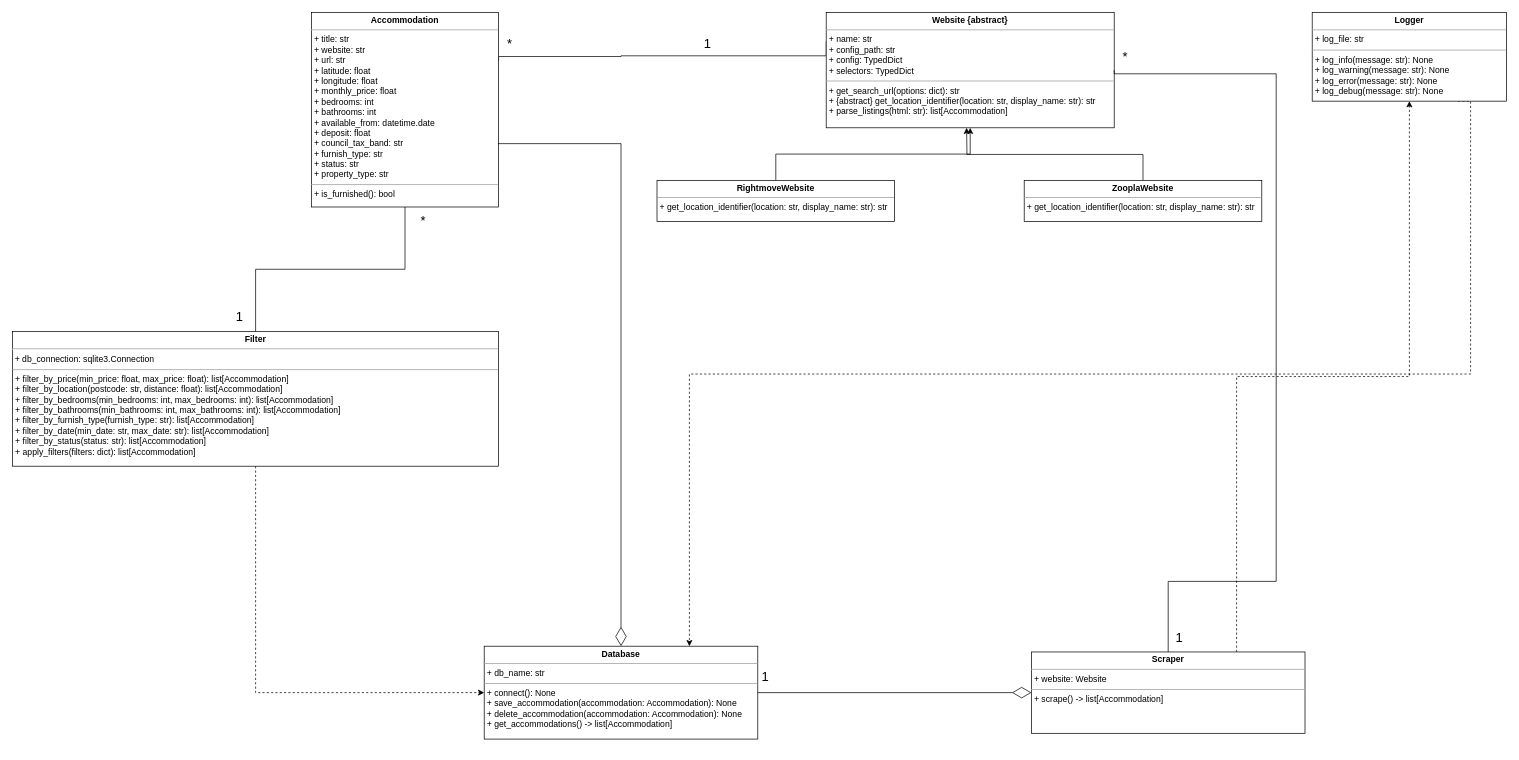
Before: UML Diagram.drawio in Adam-Calleja/rightmove_web_scraper, a draw.io diagram. Source tidied: cells renumbered, new cells numbered last; positions are measured from the earlier drawing's top-left corner, leaving out a move shared by most shapes. Both pictures are drawn from the tidied source at 72%, with x=0, y=0 at pixel (12, 12).
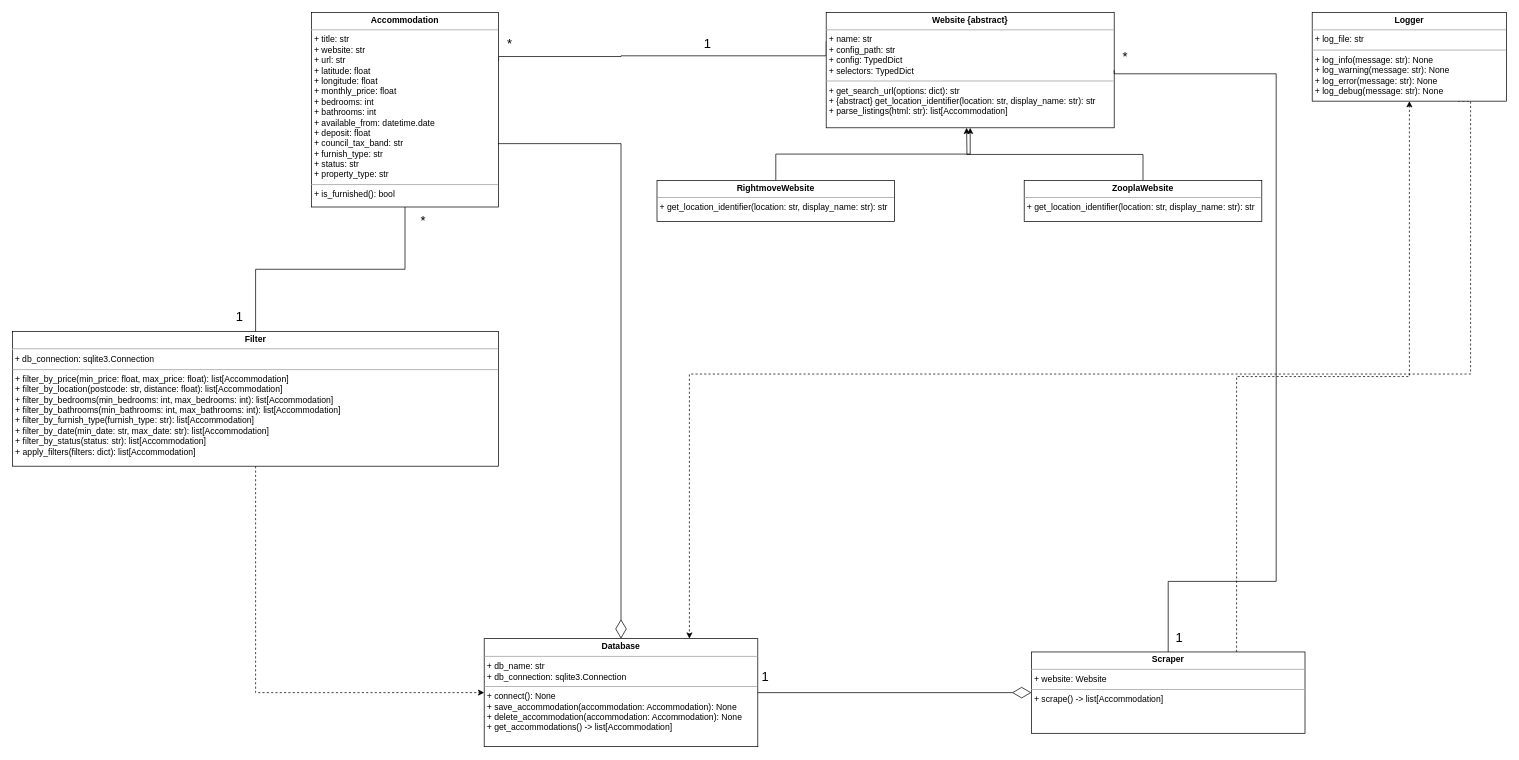
The same diagram, later.

Commit message:
Modify design of the Database class

Added the db_connection attribute to the design of the Database
class. This attribute will store the database connection.

What changed in the source:
```diff
@@
-    <mxCell id="10" value="&lt;p style=&quot;margin:0px;margin-top:4px;text-align:center;&quot;&gt;&lt;b&gt;Database&lt;/b&gt;&lt;/p&gt;&lt;hr size=&quot;1&quot;&gt;&lt;p style=&quot;margin:0px;margin-left:4px;&quot;&gt;+&amp;nbsp;&lt;span style=&quot;caret-color: rgb(0, 0, 0); text-wrap-mode: wrap; background-color: transparent; color: light-dark(rgb(0, 0, 0), rgb(255, 255, 255));&quot;&gt;db_name: str&lt;/span&gt;&lt;br&gt;&lt;/p&gt;&lt;hr size=&quot;1&quot;&gt;&lt;p style=&quot;margin:0px;margin-left:4px;&quot;&gt;+&amp;nbsp;&lt;span style=&quot;caret-color: rgb(0, 0, 0); text-wrap-mode: wrap; background-color: transparent; color: light-dark(rgb(0, 0, 0), rgb(255, 255, 255));&quot;&gt;connect(): None&lt;/span&gt;&lt;/p&gt;&lt;p style=&quot;margin:0px;margin-left:4px;&quot;&gt;+&amp;nbsp;&lt;span style=&quot;caret-color: rgb(0, 0, 0); text-wrap-mode: wrap; background-color: transparent; color: light-dark(rgb(0, 0, 0), rgb(255, 255, 255));&quot;&gt;save_accommodation(accommodation: Accommodation): None&lt;/span&gt;&lt;/p&gt;&lt;p style=&quot;margin:0px;margin-left:4px;&quot;&gt;&lt;span style=&quot;caret-color: rgb(0, 0, 0); text-wrap-mode: wrap; background-color: transparent; color: light-dark(rgb(0, 0, 0), rgb(255, 255, 255));&quot;&gt;+ delete&lt;/span&gt;&lt;span style=&quot;caret-color: rgb(0, 0, 0); text-wrap-mode: wrap; background-color: transparent; color: light-dark(rgb(0, 0, 0), rgb(255, 255, 255));&quot;&gt;_accommodation(accommodation: Accommodation): None&lt;/span&gt;&lt;/p&gt;&lt;p style=&quot;margin:0px;margin-left:4px;&quot;&gt;+&amp;nbsp;&lt;span style=&quot;caret-color: rgb(0, 0, 0); text-wrap-mode: wrap; background-color: transparent; color: light-dark(rgb(0, 0, 0), rgb(255, 255, 255));&quot;&gt;get_accommodations() -&amp;gt; list[Accommodation]&lt;/span&gt;&lt;/p&gt;&lt;p style=&quot;margin:0px;margin-left:4px;&quot;&gt;&lt;br&gt;&lt;/p&gt;" style="verticalAlign=top;align=left;overflow=fill;fontSize=12;fontFamily=Helvetica;html=1;rounded=0;shadow=0;comic=0;labelBackgroundColor=none;strokeWidth=1;" parent="1" vertex="1">
-      <mxGeometry x="655" y="880" width="380" height="129" as="geometry" />
+    <mxCell id="10" value="&lt;p style=&quot;margin:0px;margin-top:4px;text-align:center;&quot;&gt;&lt;b&gt;Database&lt;/b&gt;&lt;/p&gt;&lt;hr size=&quot;1&quot;&gt;&lt;p style=&quot;margin:0px;margin-left:4px;&quot;&gt;+&amp;nbsp;&lt;span style=&quot;caret-color: rgb(0, 0, 0); text-wrap-mode: wrap; background-color: transparent; color: light-dark(rgb(0, 0, 0), rgb(255, 255, 255));&quot;&gt;db_name: str&lt;/span&gt;&lt;br&gt;&lt;/p&gt;&lt;p style=&quot;margin:0px;margin-left:4px;&quot;&gt;&lt;span style=&quot;caret-color: rgb(0, 0, 0); text-wrap-mode: wrap; background-color: transparent; color: light-dark(rgb(0, 0, 0), rgb(255, 255, 255));&quot;&gt;+ db_connection: sqlite3.Connection&lt;/span&gt;&lt;/p&gt;&lt;hr size=&quot;1&quot;&gt;&lt;p style=&quot;margin:0px;margin-left:4px;&quot;&gt;+&amp;nbsp;&lt;span style=&quot;caret-color: rgb(0, 0, 0); text-wrap-mode: wrap; background-color: transparent; color: light-dark(rgb(0, 0, 0), rgb(255, 255, 255));&quot;&gt;connect(): None&lt;/span&gt;&lt;/p&gt;&lt;p style=&quot;margin:0px;margin-left:4px;&quot;&gt;+&amp;nbsp;&lt;span style=&quot;caret-color: rgb(0, 0, 0); text-wrap-mode: wrap; background-color: transparent; color: light-dark(rgb(0, 0, 0), rgb(255, 255, 255));&quot;&gt;save_accommodation(accommodation: Accommodation): None&lt;/span&gt;&lt;/p&gt;&lt;p style=&quot;margin:0px;margin-left:4px;&quot;&gt;&lt;span style=&quot;caret-color: rgb(0, 0, 0); text-wrap-mode: wrap; background-color: transparent; color: light-dark(rgb(0, 0, 0), rgb(255, 255, 255));&quot;&gt;+ delete&lt;/span&gt;&lt;span style=&quot;caret-color: rgb(0, 0, 0); text-wrap-mode: wrap; background-color: transparent; color: light-dark(rgb(0, 0, 0), rgb(255, 255, 255));&quot;&gt;_accommodation(accommodation: Accommodation): None&lt;/span&gt;&lt;/p&gt;&lt;p style=&quot;margin:0px;margin-left:4px;&quot;&gt;+&amp;nbsp;&lt;span style=&quot;caret-color: rgb(0, 0, 0); text-wrap-mode: wrap; background-color: transparent; color: light-dark(rgb(0, 0, 0), rgb(255, 255, 255));&quot;&gt;get_accommodations() -&amp;gt; list[Accommodation]&lt;/span&gt;&lt;/p&gt;&lt;p style=&quot;margin:0px;margin-left:4px;&quot;&gt;&lt;br&gt;&lt;/p&gt;" style="verticalAlign=top;align=left;overflow=fill;fontSize=12;fontFamily=Helvetica;html=1;rounded=0;shadow=0;comic=0;labelBackgroundColor=none;strokeWidth=1;" parent="1" vertex="1">
+      <mxGeometry x="655" y="869.5" width="380" height="150" as="geometry" />
     </mxCell>
```
